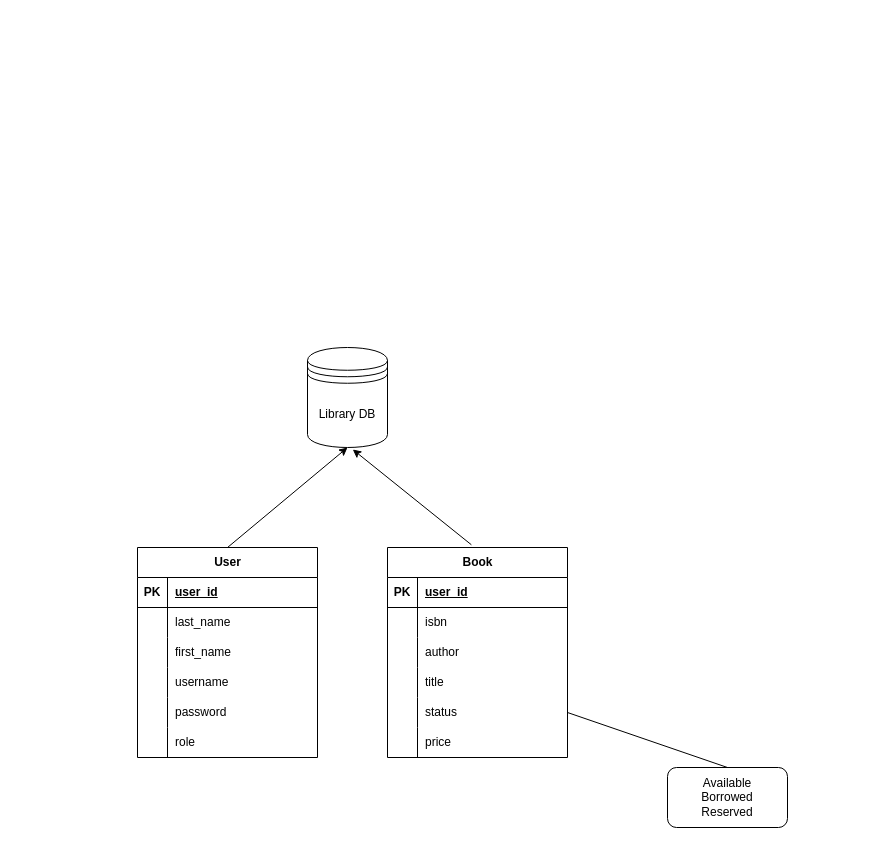
ellerib/AP3 keeps this draw.io diagram as library_system/librarysystemrevised.drawio. Above is the earlier version. Source tidied: cells renumbered, new cells numbered last; positions are measured from the earlier drawing's top-left corner, leaving out a move shared by most shapes. Both pictures are drawn from the tidied source at 100%, with x=0, y=0 at pixel (137, 347).
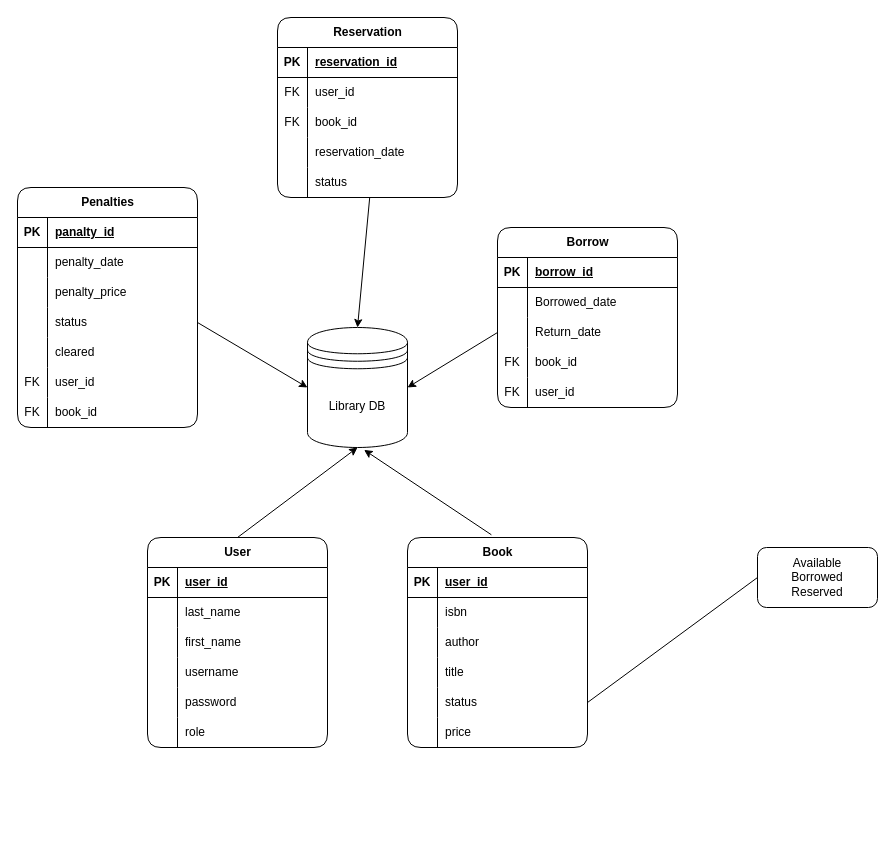
After the change.

The change refers to these unchanged cells:
```xml
<mxCell id="34" style="shape=tableRow;horizontal=0;startSize=0;swimlaneHead=0;swimlaneBody=0;fillColor=none;points=[[0,0.5],[1,0.5]];portConstraint=eastwest;top=0;left=0;right=0;bottom=0;" parent="21" vertex="1">
  <mxGeometry y="150" width="180" height="30" as="geometry" />
</mxCell>
```

The edit, as a diff of the source:
```diff
@@
-    <mxCell id="2" value="User" style="shape=table;startSize=30;childLayout=tableLayout;rowLines=0;fontStyle=1;align=center;html=1;" parent="1" vertex="1">
-      <mxGeometry y="200" width="180" height="210" as="geometry" />
+    <mxCell id="2" value="User" style="shape=table;startSize=30;childLayout=tableLayout;rowLines=0;fontStyle=1;align=center;html=1;rounded=1;" parent="1" vertex="1">
+      <mxGeometry x="10" y="190" width="180" height="210" as="geometry" />
     </mxCell>
@@
-    <mxCell id="21" value="Book" style="shape=table;startSize=30;childLayout=tableLayout;rowLines=0;fontStyle=1;align=center;html=1;" parent="1" vertex="1">
-      <mxGeometry x="250" y="200" width="180" height="210" as="geometry" />
+    <mxCell id="21" value="Book" style="shape=table;startSize=30;childLayout=tableLayout;rowLines=0;fontStyle=1;align=center;html=1;rounded=1;" parent="1" vertex="1">
+      <mxGeometry x="270" y="190" width="180" height="210" as="geometry" />
     </mxCell>
@@
     <mxCell id="40" value="Available&lt;div&gt;Borrowed&lt;/div&gt;&lt;div&gt;Reserved&lt;/div&gt;" style="rounded=1;whiteSpace=wrap;html=1;" parent="1" vertex="1">
-      <mxGeometry x="530" y="420" width="120" height="60" as="geometry" />
+      <mxGeometry x="620" y="200" width="120" height="60" as="geometry" />
     </mxCell>
-    <mxCell id="41" style="endArrow=none;html=1;rounded=0;entryX=1;entryY=0.5;entryDx=0;entryDy=0;exitX=0.5;exitY=0;exitDx=0;exitDy=0;" parent="1" edge="1" source="40" target="34">
+    <mxCell id="41" style="endArrow=none;html=1;rounded=0;entryX=1;entryY=0.5;entryDx=0;entryDy=0;exitX=0;exitY=0.5;exitDx=0;exitDy=0;" parent="1" edge="1" source="40" target="34">
       <mxGeometry relative="1" as="geometry" />
     </mxCell>
@@
     <mxCell id="44" value="Library DB" style="shape=datastore;whiteSpace=wrap;html=1;" parent="1" vertex="1">
-      <mxGeometry x="170" width="80" height="100" as="geometry" />
+      <mxGeometry x="170" y="-20" width="100" height="120" as="geometry" />
     </mxCell>
+    <mxCell id="45" value="Borrow" style="shape=table;startSize=30;childLayout=tableLayout;rowLines=0;fontStyle=1;align=center;html=1;rounded=1;" parent="1" vertex="1">
+      <mxGeometry x="360" y="-120" width="180" height="180" as="geometry" />
+    </mxCell>
+    <mxCell id="46" style="shape=tableRow;horizontal=0;startSize=0;swimlaneHead=0;swimlaneBody=0;fillColor=none;top=0;left=0;right=0;bottom=1;" parent="45" vertex="1">
+      <mxGeometry y="30" width="180" height="30" as="geometry" />
+    </mxCell>
+    <mxCell id="47" value="PK" style="shape=partialRectangle;fillColor=none;top=0;left=0;bottom=0;right=0;fontStyle=1;overflow=hidden;whiteSpace=wrap;html=1;" parent="46" vertex="1">
+      <mxGeometry width="30" height="30" as="geometry" />
+    </mxCell>
+    <mxCell id="48" value="borrow_id" style="shape=partialRectangle;fillColor=none;top=0;left=0;bottom=0;right=0;align=left;spacingLeft=6;fontStyle=5;overflow=hidden;whiteSpace=wrap;html=1;" parent="46" vertex="1">
+      <mxGeometry x="30" width="150" height="30" as="geometry" />
+    </mxCell>
+    <mxCell id="49" style="shape=tableRow;horizontal=0;startSize=0;swimlaneHead=0;swimlaneBody=0;fillColor=none;top=0;left=0;right=0;bottom=0;" parent="45" vertex="1">
+      <mxGeometry y="60" width="180" height="30" as="geometry" />
+    </mxCell>
+    <mxCell id="50" style="shape=partialRectangle;fillColor=none;top=0;left=0;bottom=0;right=0;overflow=hidden;whiteSpace=wrap;html=1;" parent="49" vertex="1">
+      <mxGeometry width="30" height="30" as="geometry" />
+    </mxCell>
+    <mxCell id="51" value="Borrowed_date" style="shape=partialRectangle;fillColor=none;top=0;left=0;bottom=0;right=0;align=left;spacingLeft=6;overflow=hidden;whiteSpace=wrap;html=1;" parent="49" vertex="1">
+      <mxGeometry x="30" width="150" height="30" as="geometry" />
+    </mxCell>
+    <mxCell id="52" style="shape=tableRow;horizontal=0;startSize=0;swimlaneHead=0;swimlaneBody=0;fillColor=none;points=[[0,0.5],[1,0.5]];portConstraint=eastwest;top=0;left=0;right=0;bottom=0;" parent="45" vertex="1">
+      <mxGeometry y="90" width="180" height="30" as="geometry" />
+    </mxCell>
+    <mxCell id="53" style="shape=partialRectangle;fillColor=none;top=0;left=0;bottom=0;right=0;overflow=hidden;whiteSpace=wrap;html=1;" parent="52" vertex="1">
+      <mxGeometry width="30" height="30" as="geometry" />
+    </mxCell>
+    <mxCell id="54" value="Return_date" style="shape=partialRectangle;fillColor=none;top=0;left=0;bottom=0;right=0;align=left;spacingLeft=6;overflow=hidden;whiteSpace=wrap;html=1;" parent="52" vertex="1">
+      <mxGeometry x="30" width="150" height="30" as="geometry" />
+    </mxCell>
+    <mxCell id="55" style="shape=tableRow;horizontal=0;startSize=0;swimlaneHead=0;swimlaneBody=0;fillColor=none;top=0;left=0;right=0;bottom=0;" parent="45" vertex="1">
+      <mxGeometry y="120" width="180" height="30" as="geometry" />
+    </mxCell>
+    <mxCell id="56" value="FK" style="shape=partialRectangle;fillColor=none;top=0;left=0;bottom=0;right=0;overflow=hidden;whiteSpace=wrap;html=1;" parent="55" vertex="1">
+      <mxGeometry width="30" height="30" as="geometry" />
+    </mxCell>
+    <mxCell id="57" value="book_id" style="shape=partialRectangle;fillColor=none;top=0;left=0;bottom=0;right=0;align=left;spacingLeft=6;overflow=hidden;whiteSpace=wrap;html=1;" parent="55" vertex="1">
+      <mxGeometry x="30" width="150" height="30" as="geometry" />
+    </mxCell>
+    <mxCell id="58" style="shape=tableRow;horizontal=0;startSize=0;swimlaneHead=0;swimlaneBody=0;fillColor=none;top=0;left=0;right=0;bottom=0;" parent="45" vertex="1">
+      <mxGeometry y="150" width="180" height="30" as="geometry" />
+    </mxCell>
+    <mxCell id="59" value="FK" style="shape=partialRectangle;fillColor=none;top=0;left=0;bottom=0;right=0;overflow=hidden;whiteSpace=wrap;html=1;" parent="58" vertex="1">
+      <mxGeometry width="30" height="30" as="geometry" />
+    </mxCell>
+    <mxCell id="60" value="user_id" style="shape=partialRectangle;fillColor=none;top=0;left=0;bottom=0;right=0;align=left;spacingLeft=6;overflow=hidden;whiteSpace=wrap;html=1;" parent="58" vertex="1">
+      <mxGeometry x="30" width="150" height="30" as="geometry" />
+    </mxCell>
+    <mxCell id="61" value="Reservation" style="shape=table;startSize=30;childLayout=tableLayout;rowLines=0;fontStyle=1;align=center;html=1;rounded=1;shadow=0;swimlaneLine=1;" parent="1" vertex="1">
+      <mxGeometry x="140" y="-330" width="180" height="180" as="geometry" />
+    </mxCell>
+    <mxCell id="62" style="shape=tableRow;horizontal=0;startSize=0;swimlaneHead=0;swimlaneBody=0;fillColor=none;top=0;left=0;right=0;bottom=1;" parent="61" vertex="1">
+      <mxGeometry y="30" width="180" height="30" as="geometry" />
+    </mxCell>
+    <mxCell id="63" value="PK" style="shape=partialRectangle;fillColor=none;top=0;left=0;bottom=0;right=0;fontStyle=1;overflow=hidden;whiteSpace=wrap;html=1;" parent="62" vertex="1">
+      <mxGeometry width="30" height="30" as="geometry" />
+    </mxCell>
+    <mxCell id="64" value="reservation_id" style="shape=partialRectangle;fillColor=none;top=0;left=0;bottom=0;right=0;align=left;spacingLeft=6;fontStyle=5;overflow=hidden;whiteSpace=wrap;html=1;" parent="62" vertex="1">
+      <mxGeometry x="30" width="150" height="30" as="geometry" />
+    </mxCell>
+    <mxCell id="65" style="shape=tableRow;horizontal=0;startSize=0;swimlaneHead=0;swimlaneBody=0;fillColor=none;top=0;left=0;right=0;bottom=0;" parent="61" vertex="1">
+      <mxGeometry y="60" width="180" height="30" as="geometry" />
+    </mxCell>
+    <mxCell id="66" value="FK" style="shape=partialRectangle;fillColor=none;top=0;left=0;bottom=0;right=0;overflow=hidden;whiteSpace=wrap;html=1;" parent="65" vertex="1">
+      <mxGeometry width="30" height="30" as="geometry" />
+    </mxCell>
+    <mxCell id="67" value="user_id" style="shape=partialRectangle;fillColor=none;top=0;left=0;bottom=0;right=0;align=left;spacingLeft=6;overflow=hidden;whiteSpace=wrap;html=1;" parent="65" vertex="1">
+      <mxGeometry x="30" width="150" height="30" as="geometry" />
+    </mxCell>
+    <mxCell id="68" style="shape=tableRow;horizontal=0;startSize=0;swimlaneHead=0;swimlaneBody=0;fillColor=none;top=0;left=0;right=0;bottom=0;" parent="61" vertex="1">
+      <mxGeometry y="90" width="180" height="30" as="geometry" />
+    </mxCell>
+    <mxCell id="69" value="FK" style="shape=partialRectangle;fillColor=none;top=0;left=0;bottom=0;right=0;overflow=hidden;whiteSpace=wrap;html=1;" parent="68" vertex="1">
+      <mxGeometry width="30" height="30" as="geometry" />
+    </mxCell>
+    <mxCell id="70" value="book_id" style="shape=partialRectangle;fillColor=none;top=0;left=0;bottom=0;right=0;align=left;spacingLeft=6;overflow=hidden;whiteSpace=wrap;html=1;" parent="68" vertex="1">
+      <mxGeometry x="30" width="150" height="30" as="geometry" />
+    </mxCell>
+    <mxCell id="71" style="shape=tableRow;horizontal=0;startSize=0;swimlaneHead=0;swimlaneBody=0;fillColor=none;top=0;left=0;right=0;bottom=0;" parent="61" vertex="1">
+      <mxGeometry y="120" width="180" height="30" as="geometry" />
+    </mxCell>
+    <mxCell id="72" style="shape=partialRectangle;fillColor=none;top=0;left=0;bottom=0;right=0;overflow=hidden;whiteSpace=wrap;html=1;" parent="71" vertex="1">
+      <mxGeometry width="30" height="30" as="geometry" />
+    </mxCell>
+    <mxCell id="73" value="reservation_date" style="shape=partialRectangle;fillColor=none;top=0;left=0;bottom=0;right=0;align=left;spacingLeft=6;overflow=hidden;whiteSpace=wrap;html=1;" parent="71" vertex="1">
+      <mxGeometry x="30" width="150" height="30" as="geometry" />
+    </mxCell>
+    <mxCell id="74" style="shape=tableRow;horizontal=0;startSize=0;swimlaneHead=0;swimlaneBody=0;fillColor=none;points=[[0,0.5],[1,0.5]];portConstraint=eastwest;top=0;left=0;right=0;bottom=0;" parent="61" vertex="1">
+      <mxGeometry y="150" width="180" height="30" as="geometry" />
+    </mxCell>
+    <mxCell id="75" style="shape=partialRectangle;fillColor=none;top=0;left=0;bottom=0;right=0;overflow=hidden;whiteSpace=wrap;html=1;" parent="74" vertex="1">
+      <mxGeometry width="30" height="30" as="geometry" />
+    </mxCell>
+    <mxCell id="76" value="status" style="shape=partialRectangle;fillColor=none;top=0;left=0;bottom=0;right=0;align=left;spacingLeft=6;overflow=hidden;whiteSpace=wrap;html=1;" parent="74" vertex="1">
+      <mxGeometry x="30" width="150" height="30" as="geometry" />
+    </mxCell>
+    <mxCell id="77" value="Penalties" style="shape=table;startSize=30;childLayout=tableLayout;rowLines=0;fontStyle=1;align=center;html=1;rounded=1;" parent="1" vertex="1">
+      <mxGeometry x="-120" y="-160" width="180" height="240" as="geometry" />
+    </mxCell>
+    <mxCell id="78" style="shape=tableRow;horizontal=0;startSize=0;swimlaneHead=0;swimlaneBody=0;fillColor=none;top=0;left=0;right=0;bottom=1;" parent="77" vertex="1">
+      <mxGeometry y="30" width="180" height="30" as="geometry" />
+    </mxCell>
+    <mxCell id="79" value="PK" style="shape=partialRectangle;fillColor=none;top=0;left=0;bottom=0;right=0;fontStyle=1;overflow=hidden;whiteSpace=wrap;html=1;" parent="78" vertex="1">
+      <mxGeometry width="30" height="30" as="geometry" />
+    </mxCell>
+    <mxCell id="80" value="panalty_id" style="shape=partialRectangle;fillColor=none;top=0;left=0;bottom=0;right=0;align=left;spacingLeft=6;fontStyle=5;overflow=hidden;whiteSpace=wrap;html=1;" parent="78" vertex="1">
+      <mxGeometry x="30" width="150" height="30" as="geometry" />
+    </mxCell>
+    <mxCell id="81" style="shape=tableRow;horizontal=0;startSize=0;swimlaneHead=0;swimlaneBody=0;fillColor=none;top=0;left=0;right=0;bottom=0;" parent="77" vertex="1">
+      <mxGeometry y="60" width="180" height="30" as="geometry" />
+    </mxCell>
+    <mxCell id="82" style="shape=partialRectangle;fillColor=none;top=0;left=0;bottom=0;right=0;overflow=hidden;whiteSpace=wrap;html=1;" parent="81" vertex="1">
+      <mxGeometry width="30" height="30" as="geometry" />
+    </mxCell>
+    <mxCell id="83" value="penalty_date" style="shape=partialRectangle;fillColor=none;top=0;left=0;bottom=0;right=0;align=left;spacingLeft=6;overflow=hidden;whiteSpace=wrap;html=1;" parent="81" vertex="1">
+      <mxGeometry x="30" width="150" height="30" as="geometry" />
+    </mxCell>
+    <mxCell id="84" style="shape=tableRow;horizontal=0;startSize=0;swimlaneHead=0;swimlaneBody=0;fillColor=none;top=0;left=0;right=0;bottom=0;" parent="77" vertex="1">
+      <mxGeometry y="90" width="180" height="30" as="geometry" />
+    </mxCell>
+    <mxCell id="85" style="shape=partialRectangle;fillColor=none;top=0;left=0;bottom=0;right=0;overflow=hidden;whiteSpace=wrap;html=1;" parent="84" vertex="1">
+      <mxGeometry width="30" height="30" as="geometry" />
+    </mxCell>
+    <mxCell id="86" value="penalty_price" style="shape=partialRectangle;fillColor=none;top=0;left=0;bottom=0;right=0;align=left;spacingLeft=6;overflow=hidden;whiteSpace=wrap;html=1;" parent="84" vertex="1">
+      <mxGeometry x="30" width="150" height="30" as="geometry" />
+    </mxCell>
+    <mxCell id="87" style="shape=tableRow;horizontal=0;startSize=0;swimlaneHead=0;swimlaneBody=0;fillColor=none;points=[[0,0.5],[1,0.5]];portConstraint=eastwest;top=0;left=0;right=0;bottom=0;" parent="77" vertex="1">
+      <mxGeometry y="120" width="180" height="30" as="geometry" />
+    </mxCell>
+    <mxCell id="88" style="shape=partialRectangle;fillColor=none;top=0;left=0;bottom=0;right=0;overflow=hidden;whiteSpace=wrap;html=1;" parent="87" vertex="1">
+      <mxGeometry width="30" height="30" as="geometry" />
+    </mxCell>
+    <mxCell id="89" value="status" style="shape=partialRectangle;fillColor=none;top=0;left=0;bottom=0;right=0;align=left;spacingLeft=6;overflow=hidden;whiteSpace=wrap;html=1;" parent="87" vertex="1">
+      <mxGeometry x="30" width="150" height="30" as="geometry" />
+    </mxCell>
+    <mxCell id="90" style="shape=tableRow;horizontal=0;startSize=0;swimlaneHead=0;swimlaneBody=0;fillColor=none;top=0;left=0;right=0;bottom=0;" parent="77" vertex="1">
+      <mxGeometry y="150" width="180" height="30" as="geometry" />
+    </mxCell>
+    <mxCell id="91" style="shape=partialRectangle;fillColor=none;top=0;left=0;bottom=0;right=0;overflow=hidden;whiteSpace=wrap;html=1;" parent="90" vertex="1">
+      <mxGeometry width="30" height="30" as="geometry" />
+    </mxCell>
+    <mxCell id="92" value="cleared" style="shape=partialRectangle;fillColor=none;top=0;left=0;bottom=0;right=0;align=left;spacingLeft=6;overflow=hidden;whiteSpace=wrap;html=1;" parent="90" vertex="1">
+      <mxGeometry x="30" width="150" height="30" as="geometry" />
+    </mxCell>
+    <mxCell id="93" style="shape=tableRow;horizontal=0;startSize=0;swimlaneHead=0;swimlaneBody=0;fillColor=none;top=0;left=0;right=0;bottom=0;" parent="77" vertex="1">
+      <mxGeometry y="180" width="180" height="30" as="geometry" />
+    </mxCell>
+    <mxCell id="94" value="FK" style="shape=partialRectangle;fillColor=none;top=0;left=0;bottom=0;right=0;overflow=hidden;whiteSpace=wrap;html=1;" parent="93" vertex="1">
+      <mxGeometry width="30" height="30" as="geometry" />
+    </mxCell>
+    <mxCell id="95" value="user_id" style="shape=partialRectangle;fillColor=none;top=0;left=0;bottom=0;right=0;align=left;spacingLeft=6;overflow=hidden;whiteSpace=wrap;html=1;" parent="93" vertex="1">
+      <mxGeometry x="30" width="150" height="30" as="geometry" />
+    </mxCell>
+    <mxCell id="96" style="shape=tableRow;horizontal=0;startSize=0;swimlaneHead=0;swimlaneBody=0;fillColor=none;top=0;left=0;right=0;bottom=0;" parent="77" vertex="1">
+      <mxGeometry y="210" width="180" height="30" as="geometry" />
+    </mxCell>
+    <mxCell id="97" value="FK" style="shape=partialRectangle;fillColor=none;top=0;left=0;bottom=0;right=0;overflow=hidden;whiteSpace=wrap;html=1;" parent="96" vertex="1">
+      <mxGeometry width="30" height="30" as="geometry" />
+    </mxCell>
+    <mxCell id="98" value="book_id" style="shape=partialRectangle;fillColor=none;top=0;left=0;bottom=0;right=0;align=left;spacingLeft=6;overflow=hidden;whiteSpace=wrap;html=1;" parent="96" vertex="1">
+      <mxGeometry x="30" width="150" height="30" as="geometry" />
+    </mxCell>
+    <mxCell id="99" style="endArrow=classic;html=1;rounded=0;exitX=1;exitY=0.5;exitDx=0;exitDy=0;entryX=0;entryY=0.5;entryDx=0;entryDy=0;" parent="1" edge="1" source="87" target="44">
+      <mxGeometry relative="1" as="geometry" />
+    </mxCell>
+    <mxCell id="100" style="endArrow=classic;html=1;rounded=0;entryX=0.5;entryY=0;entryDx=0;entryDy=0;exitX=0.512;exitY=1.016;exitDx=0;exitDy=0;exitPerimeter=0;" parent="1" edge="1" source="74" target="44">
+      <mxGeometry relative="1" as="geometry" />
+    </mxCell>
+    <mxCell id="101" style="endArrow=classic;html=1;rounded=0;entryX=1;entryY=0.5;entryDx=0;entryDy=0;exitX=0;exitY=0.5;exitDx=0;exitDy=0;" parent="1" edge="1" source="52" target="44">
+      <mxGeometry relative="1" as="geometry" />
+    </mxCell>
```
